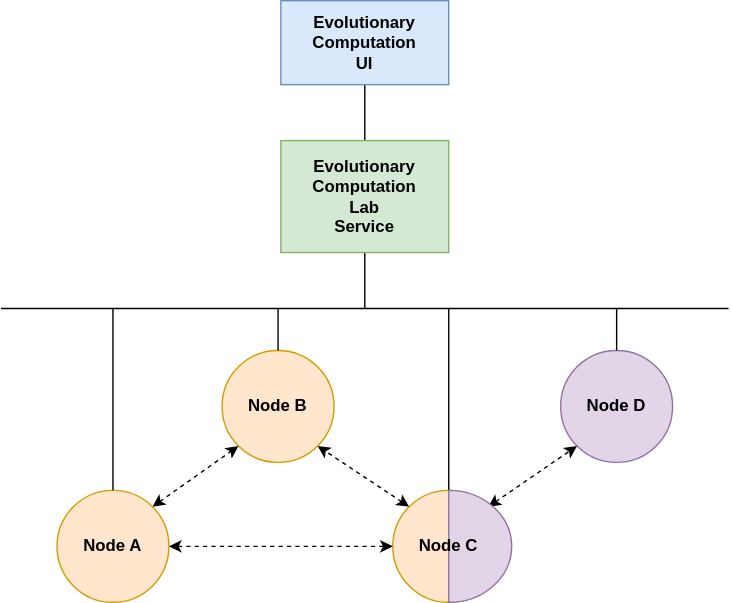
mleszczynski-dev/EvolutionaryComputationLab keeps this draw.io diagram as docs/architecture.svg. Above is the earlier version. Source tidied: cells renumbered, new cells last; positions are measured from the earlier drawing's top-left corner, leaving out a move shared by most shapes. Source of this version:
```xml
<mxGraphModel>
  <root>
    <mxCell id="0" />
    <mxCell id="1" parent="0" />
    <mxCell id="2" value="&lt;b&gt;Node A&lt;/b&gt;" style="ellipse;whiteSpace=wrap;html=1;fillColor=#ffe6cc;strokeColor=#d79b00;" parent="1" vertex="1">
      <mxGeometry x="40" y="350" width="80" height="80" as="geometry" />
    </mxCell>
    <mxCell id="3" value="&lt;b&gt;Node B&lt;/b&gt;" style="ellipse;whiteSpace=wrap;html=1;fillColor=#ffe6cc;strokeColor=#d79b00;" parent="1" vertex="1">
      <mxGeometry x="158" y="250" width="80" height="80" as="geometry" />
    </mxCell>
    <mxCell id="4" style="ellipse;whiteSpace=wrap;html=1;fillColor=#ffe6cc;strokeColor=#d79b00;gradientDirection=west;" parent="1" vertex="1">
      <mxGeometry x="280" y="350" width="80" height="80" as="geometry" />
    </mxCell>
    <mxCell id="5" style="endArrow=classic;startArrow=classic;html=1;rounded=0;exitX=1;exitY=0.5;exitDx=0;exitDy=0;entryX=0;entryY=0.5;entryDx=0;entryDy=0;dashed=1;" parent="1" edge="1" source="2" target="4">
      <mxGeometry relative="1" as="geometry" />
    </mxCell>
    <mxCell id="6" style="endArrow=none;html=1;rounded=0;entryX=0.5;entryY=1;entryDx=0;entryDy=0;exitX=0.5;exitY=0;exitDx=0;exitDy=0;" parent="1" edge="1" source="20" target="19">
      <mxGeometry relative="1" as="geometry" />
    </mxCell>
    <mxCell id="7" style="endArrow=none;html=1;rounded=0;entryX=0.5;entryY=1;entryDx=0;entryDy=0;" parent="1" edge="1" target="20">
      <mxGeometry relative="1" as="geometry">
        <mxPoint x="260" y="220" as="sourcePoint" />
      </mxGeometry>
    </mxCell>
    <mxCell id="8" style="endArrow=none;html=1;rounded=0;" parent="1" edge="1">
      <mxGeometry relative="1" as="geometry">
        <mxPoint y="220" as="sourcePoint" />
        <mxPoint x="520" y="220" as="targetPoint" />
      </mxGeometry>
    </mxCell>
    <mxCell id="9" style="endArrow=none;html=1;rounded=0;exitX=0.5;exitY=0;exitDx=0;exitDy=0;" parent="1" edge="1" source="2">
      <mxGeometry relative="1" as="geometry">
        <mxPoint x="80" y="220" as="targetPoint" />
      </mxGeometry>
    </mxCell>
    <mxCell id="10" style="endArrow=none;html=1;rounded=0;exitX=0.5;exitY=0;exitDx=0;exitDy=0;" parent="1" edge="1" source="4">
      <mxGeometry relative="1" as="geometry">
        <mxPoint x="320" y="220" as="targetPoint" />
      </mxGeometry>
    </mxCell>
    <mxCell id="11" style="endArrow=none;html=1;rounded=0;exitX=0.5;exitY=0;exitDx=0;exitDy=0;" parent="1" edge="1" source="3">
      <mxGeometry relative="1" as="geometry">
        <mxPoint x="198" y="220" as="targetPoint" />
      </mxGeometry>
    </mxCell>
    <mxCell id="12" style="endArrow=classic;startArrow=classic;html=1;rounded=0;exitX=0;exitY=0;exitDx=0;exitDy=0;entryX=1;entryY=1;entryDx=0;entryDy=0;dashed=1;" parent="1" edge="1" source="4" target="3">
      <mxGeometry relative="1" as="geometry" />
    </mxCell>
    <mxCell id="13" style="endArrow=classic;startArrow=classic;html=1;rounded=0;exitX=1;exitY=0;exitDx=0;exitDy=0;entryX=0;entryY=1;entryDx=0;entryDy=0;dashed=1;" parent="1" edge="1" source="2" target="3">
      <mxGeometry relative="1" as="geometry" />
    </mxCell>
    <mxCell id="14" value="&lt;div&gt;&lt;b&gt;Node D&lt;/b&gt;&lt;/div&gt;" style="ellipse;whiteSpace=wrap;html=1;fillColor=#e1d5e7;strokeColor=#9673a6;" parent="1" vertex="1">
      <mxGeometry x="400" y="250" width="80" height="80" as="geometry" />
    </mxCell>
    <mxCell id="15" style="endArrow=classic;startArrow=classic;html=1;rounded=0;entryX=0;entryY=1;entryDx=0;entryDy=0;exitX=1;exitY=0;exitDx=0;exitDy=0;dashed=1;" parent="1" edge="1" source="4" target="14">
      <mxGeometry relative="1" as="geometry" />
    </mxCell>
    <mxCell id="16" style="endArrow=none;html=1;rounded=0;exitX=0.5;exitY=0;exitDx=0;exitDy=0;" parent="1" edge="1" source="14">
      <mxGeometry relative="1" as="geometry">
        <mxPoint x="440" y="220" as="targetPoint" />
      </mxGeometry>
    </mxCell>
    <mxCell id="17" style="verticalLabelPosition=bottom;verticalAlign=top;html=1;shape=mxgraph.basic.half_circle;rotation=-90;fillColor=#e1d5e7;strokeColor=#9673a6;" parent="1" vertex="1">
      <mxGeometry x="302.5" y="367.5" width="80" height="45" as="geometry" />
    </mxCell>
    <mxCell id="18" value="&lt;b&gt;Node C&lt;/b&gt;" style="text;html=1;whiteSpace=wrap;strokeColor=none;fillColor=none;align=center;verticalAlign=middle;rounded=0;" parent="1" vertex="1">
      <mxGeometry x="290" y="375" width="60" height="30" as="geometry" />
    </mxCell>
    <mxCell id="19" value="&lt;b&gt;Evolutionary&lt;br&gt;Computation&lt;br&gt;UI&lt;/b&gt;" style="rounded=0;whiteSpace=wrap;html=1;fillColor=#dae8fc;strokeColor=#6c8ebf;" parent="1" vertex="1">
      <mxGeometry x="200" width="120" height="60" as="geometry" />
    </mxCell>
    <mxCell id="20" value="&lt;b&gt;Evolutionary&lt;br&gt;Computation&lt;br&gt;&lt;/b&gt;&lt;div&gt;&lt;b&gt;Lab&lt;br&gt;Service&lt;/b&gt;&lt;/div&gt;" style="rounded=0;whiteSpace=wrap;html=1;fillColor=#d5e8d4;strokeColor=#82b366;" parent="1" vertex="1">
      <mxGeometry x="200" y="100" width="120" height="80" as="geometry" />
    </mxCell>
  </root>
</mxGraphModel>
```
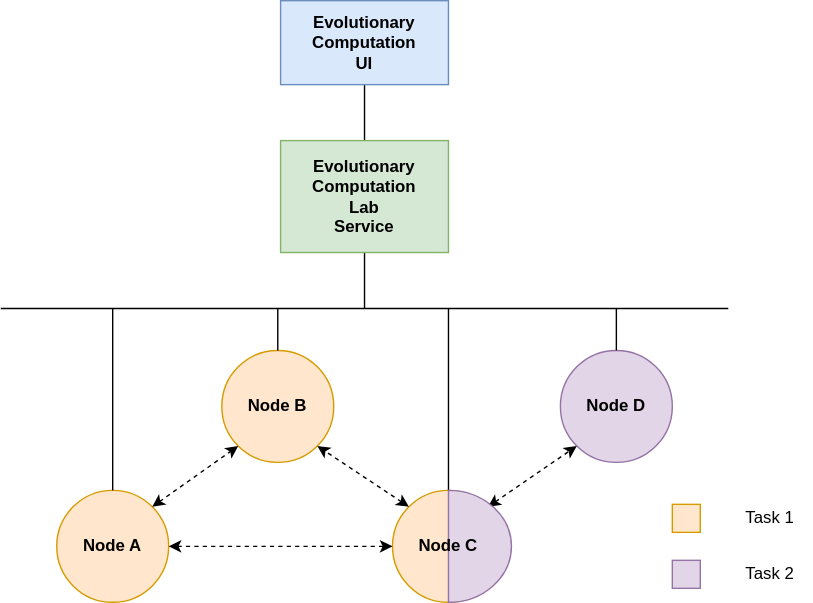
The same diagram one commit later.

What changed in the source:
```diff
@@ -72,5 +72,17 @@
     <mxCell id="20" value="&lt;b&gt;Evolutionary&lt;br&gt;Computation&lt;br&gt;&lt;/b&gt;&lt;div&gt;&lt;b&gt;Lab&lt;br&gt;Service&lt;/b&gt;&lt;/div&gt;" style="rounded=0;whiteSpace=wrap;html=1;fillColor=#d5e8d4;strokeColor=#82b366;" parent="1" vertex="1">
       <mxGeometry x="200" y="100" width="120" height="80" as="geometry" />
     </mxCell>
+    <mxCell id="21" style="whiteSpace=wrap;html=1;fillColor=#e1d5e7;strokeColor=#9673a6;" parent="1" vertex="1">
+      <mxGeometry x="480" y="400" width="20" height="20" as="geometry" />
+    </mxCell>
+    <mxCell id="22" style="whiteSpace=wrap;html=1;fillColor=#ffe6cc;strokeColor=#d79b00;" parent="1" vertex="1">
+      <mxGeometry x="480" y="360" width="20" height="20" as="geometry" />
+    </mxCell>
+    <mxCell id="23" value="Task 1" style="text;html=1;whiteSpace=wrap;strokeColor=none;fillColor=none;align=center;verticalAlign=middle;rounded=0;" parent="1" vertex="1">
+      <mxGeometry x="520" y="355" width="60" height="30" as="geometry" />
+    </mxCell>
+    <mxCell id="24" value="Task 2" style="text;html=1;whiteSpace=wrap;strokeColor=none;fillColor=none;align=center;verticalAlign=middle;rounded=0;" parent="1" vertex="1">
+      <mxGeometry x="520" y="395" width="60" height="30" as="geometry" />
+    </mxCell>
   </root>
 </mxGraphModel>
```
